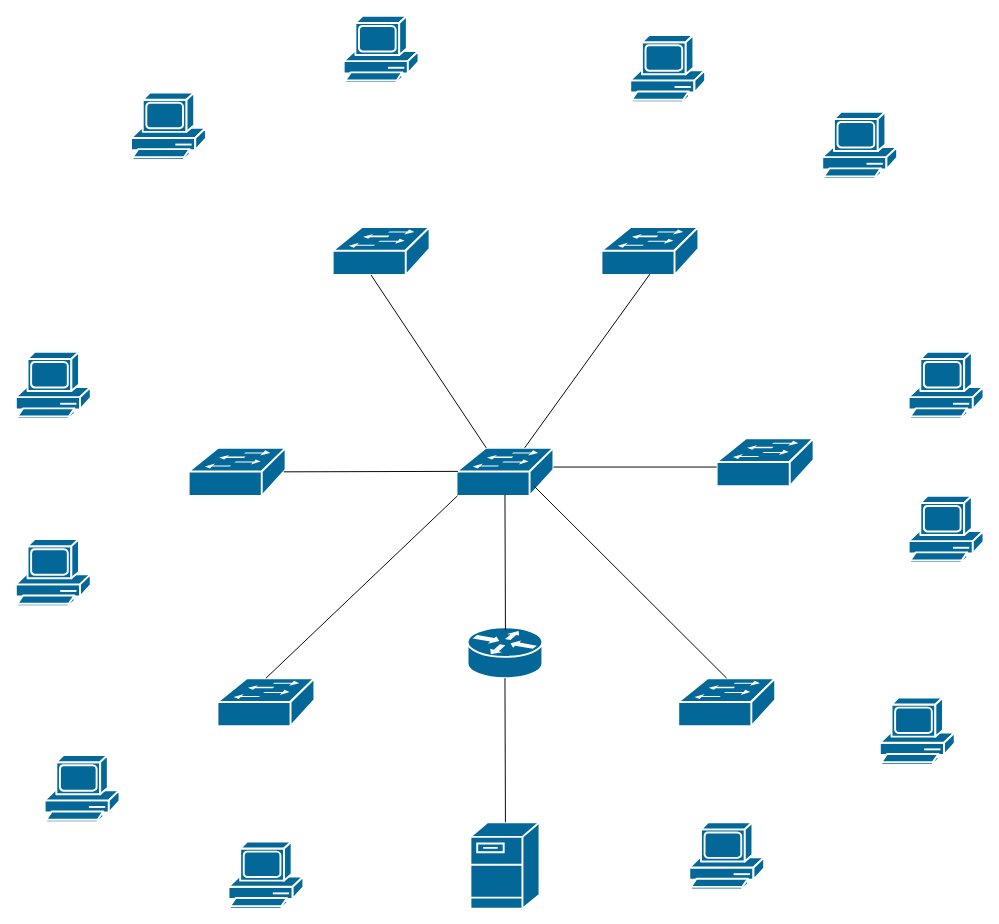
Earlier version of the draw.io diagram L1 схема.drawio (dibovdmitry/CETU_Diagrams). Source tidied: cells renumbered, new cells numbered last; positions are measured from the earlier drawing's top-left corner, leaving out a move shared by most shapes. Both pictures are drawn from the tidied source at 96%, with x=0, y=0 at pixel (15, 15).
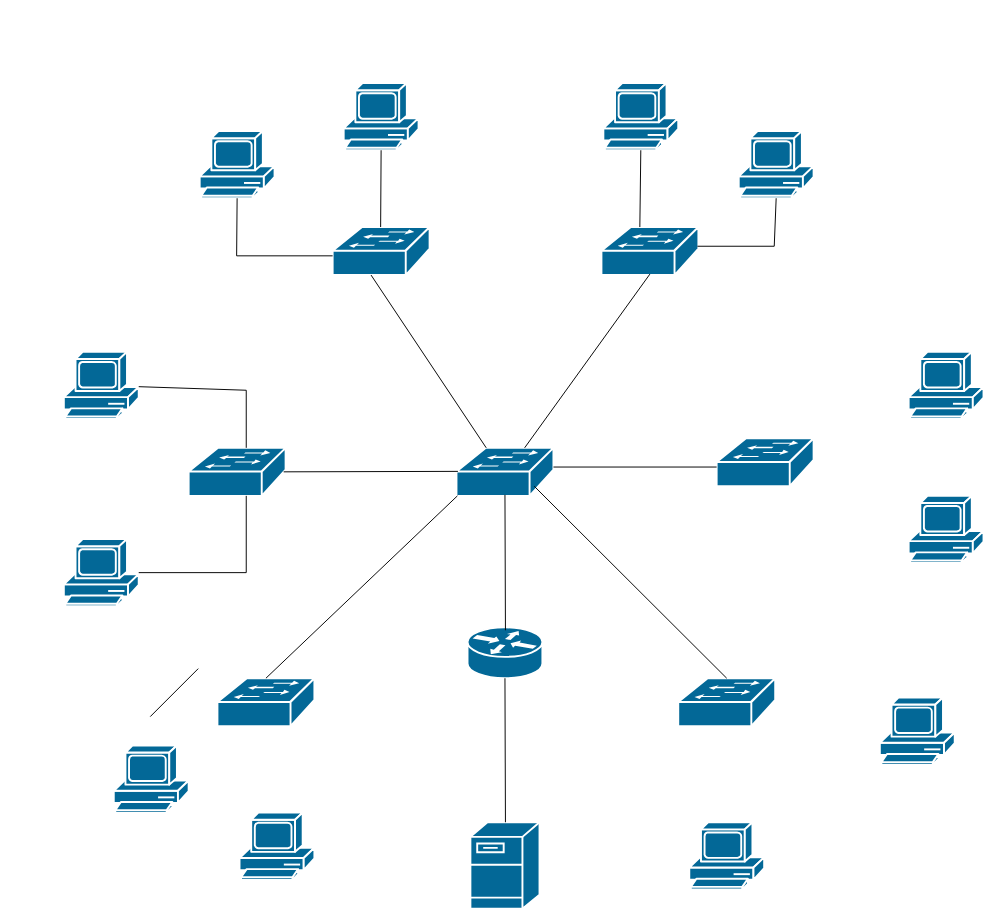
After the change.

What changed in the source:
```diff
@@
     <mxCell id="19" style="shape=mxgraph.cisco.computers_and_peripherals.pc;sketch=0;html=1;dashed=0;fillColor=#036897;strokeColor=#ffffff;strokeWidth=2;verticalLabelPosition=bottom;verticalAlign=top;align=center;outlineConnect=0;" parent="1" vertex="1">
-      <mxGeometry x="120" y="80" width="78" height="70" as="geometry" />
+      <mxGeometry x="191.5" y="120" width="78" height="70" as="geometry" />
     </mxCell>
     <mxCell id="20" style="shape=mxgraph.cisco.computers_and_peripherals.pc;sketch=0;html=1;dashed=0;fillColor=#036897;strokeColor=#ffffff;strokeWidth=2;verticalLabelPosition=bottom;verticalAlign=top;align=center;outlineConnect=0;" parent="1" vertex="1">
-      <mxGeometry x="341.5" width="78" height="70" as="geometry" />
+      <mxGeometry x="341.5" y="70" width="78" height="70" as="geometry" />
     </mxCell>
     <mxCell id="21" style="shape=mxgraph.cisco.computers_and_peripherals.pc;sketch=0;html=1;dashed=0;fillColor=#036897;strokeColor=#ffffff;strokeWidth=2;verticalLabelPosition=bottom;verticalAlign=top;align=center;outlineConnect=0;" parent="1" vertex="1">
-      <mxGeometry x="640" y="20" width="78" height="70" as="geometry" />
+      <mxGeometry x="612" y="70" width="78" height="70" as="geometry" />
     </mxCell>
     <mxCell id="22" style="shape=mxgraph.cisco.computers_and_peripherals.pc;sketch=0;html=1;dashed=0;fillColor=#036897;strokeColor=#ffffff;strokeWidth=2;verticalLabelPosition=bottom;verticalAlign=top;align=center;outlineConnect=0;" parent="1" vertex="1">
-      <mxGeometry x="840" y="100" width="78" height="70" as="geometry" />
+      <mxGeometry x="753" y="120" width="78" height="70" as="geometry" />
     </mxCell>
     <mxCell id="23" style="shape=mxgraph.cisco.computers_and_peripherals.pc;sketch=0;html=1;dashed=0;fillColor=#036897;strokeColor=#ffffff;strokeWidth=2;verticalLabelPosition=bottom;verticalAlign=top;align=center;" parent="1" vertex="1">
-      <mxGeometry x="30" y="770" width="78" height="70" as="geometry" />
+      <mxGeometry x="102" y="760" width="78" height="70" as="geometry" />
     </mxCell>
     <mxCell id="24" style="shape=mxgraph.cisco.computers_and_peripherals.pc;sketch=0;html=1;dashed=0;fillColor=#036897;strokeColor=#ffffff;strokeWidth=2;verticalLabelPosition=bottom;verticalAlign=top;align=center;" parent="1" vertex="1">
-      <mxGeometry x="221.5" y="860" width="78" height="70" as="geometry" />
+      <mxGeometry x="233" y="830" width="78" height="70" as="geometry" />
     </mxCell>
@@
-    <mxCell id="27" style="shape=mxgraph.cisco.computers_and_peripherals.pc;sketch=0;html=1;dashed=0;fillColor=#036897;strokeColor=#ffffff;strokeWidth=2;verticalLabelPosition=bottom;verticalAlign=top;align=center;" parent="1" vertex="1">
-      <mxGeometry y="350" width="78" height="70" as="geometry" />
-    </mxCell>
     <mxCell id="28" style="shape=mxgraph.cisco.computers_and_peripherals.pc;sketch=0;html=1;dashed=0;fillColor=#036897;strokeColor=#ffffff;strokeWidth=2;verticalLabelPosition=bottom;verticalAlign=top;align=center;outlineConnect=0;" parent="1" vertex="1">
-      <mxGeometry y="545" width="78" height="70" as="geometry" />
+      <mxGeometry x="50" y="545" width="78" height="70" as="geometry" />
     </mxCell>
@@
+    <mxCell id="31" style="endArrow=none;html=1;rounded=0;entryX=0.5;entryY=1;entryDx=0;entryDy=0;entryPerimeter=0;" parent="1" edge="1" target="20">
+      <mxGeometry relative="1" as="geometry">
+        <mxPoint x="380" y="220" as="sourcePoint" />
+      </mxGeometry>
+    </mxCell>
+    <mxCell id="32" style="endArrow=none;html=1;rounded=0;" parent="1" edge="1">
+      <mxGeometry relative="1" as="geometry">
+        <mxPoint x="230" y="250" as="sourcePoint" />
+        <mxPoint x="330" y="250" as="targetPoint" />
+      </mxGeometry>
+    </mxCell>
+    <mxCell id="33" style="endArrow=none;html=1;rounded=0;entryX=0.5;entryY=1;entryDx=0;entryDy=0;entryPerimeter=0;" parent="1" edge="1" target="19">
+      <mxGeometry relative="1" as="geometry">
+        <mxPoint x="230" y="250" as="sourcePoint" />
+      </mxGeometry>
+    </mxCell>
+    <mxCell id="34" style="endArrow=none;html=1;rounded=0;entryX=0.5;entryY=1;entryDx=0;entryDy=0;entryPerimeter=0;" parent="1" edge="1" target="21">
+      <mxGeometry relative="1" as="geometry">
+        <mxPoint x="650" y="220" as="sourcePoint" />
+      </mxGeometry>
+    </mxCell>
+    <mxCell id="35" style="endArrow=none;html=1;rounded=0;" parent="1" edge="1">
+      <mxGeometry relative="1" as="geometry">
+        <mxPoint x="710" y="240" as="sourcePoint" />
+        <mxPoint x="790" y="240" as="targetPoint" />
+      </mxGeometry>
+    </mxCell>
+    <mxCell id="36" style="endArrow=none;html=1;rounded=0;entryX=0.5;entryY=1;entryDx=0;entryDy=0;entryPerimeter=0;" parent="1" edge="1" target="22">
+      <mxGeometry relative="1" as="geometry">
+        <mxPoint x="790" y="240" as="sourcePoint" />
+      </mxGeometry>
+    </mxCell>
+    <mxCell id="37" style="endArrow=none;html=1;rounded=0;" parent="1" edge="1">
+      <mxGeometry relative="1" as="geometry">
+        <mxPoint x="240" y="450" as="sourcePoint" />
+        <mxPoint x="240" y="390" as="targetPoint" />
+      </mxGeometry>
+    </mxCell>
+    <mxCell id="38" style="shape=mxgraph.cisco.computers_and_peripherals.pc;sketch=0;html=1;dashed=0;fillColor=#036897;strokeColor=#ffffff;strokeWidth=2;verticalLabelPosition=bottom;verticalAlign=top;align=center;outlineConnect=0;" parent="1" vertex="1">
+      <mxGeometry x="50" y="350" width="78" height="70" as="geometry" />
+    </mxCell>
+    <mxCell id="39" style="endArrow=none;html=1;rounded=0;" parent="1" edge="1" source="38">
+      <mxGeometry relative="1" as="geometry">
+        <mxPoint x="240" y="390" as="targetPoint" />
+      </mxGeometry>
+    </mxCell>
+    <mxCell id="40" style="endArrow=none;html=1;rounded=0;" parent="1" edge="1">
+      <mxGeometry relative="1" as="geometry">
+        <mxPoint x="240" y="580" as="sourcePoint" />
+        <mxPoint x="240" y="500" as="targetPoint" />
+      </mxGeometry>
+    </mxCell>
+    <mxCell id="41" style="endArrow=none;html=1;rounded=0;" parent="1" edge="1" source="28">
+      <mxGeometry relative="1" as="geometry">
+        <mxPoint x="240" y="580" as="targetPoint" />
+      </mxGeometry>
+    </mxCell>
+    <mxCell id="42" style="endArrow=none;html=1;rounded=0;" parent="1" edge="1">
+      <mxGeometry relative="1" as="geometry">
+        <mxPoint x="140" y="730" as="sourcePoint" />
+        <mxPoint x="190" y="680" as="targetPoint" />
+      </mxGeometry>
+    </mxCell>
```
